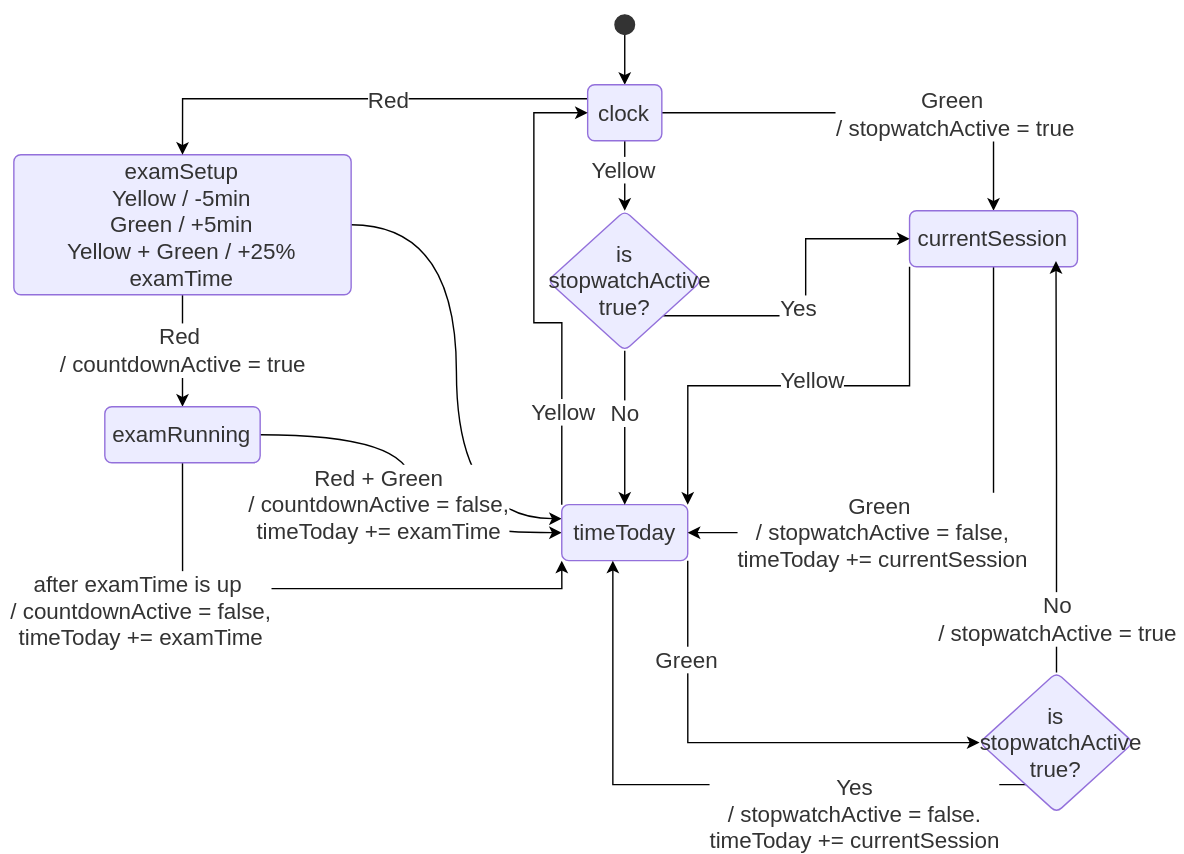
Earlier version of the draw.io export state-diagram.drawio.svg (jamrock-shuffle/traffic-light-desk-timer). Source tidied: cells renumbered, new cells last; positions are measured from the earlier drawing's top-left corner, leaving out a move shared by most shapes.
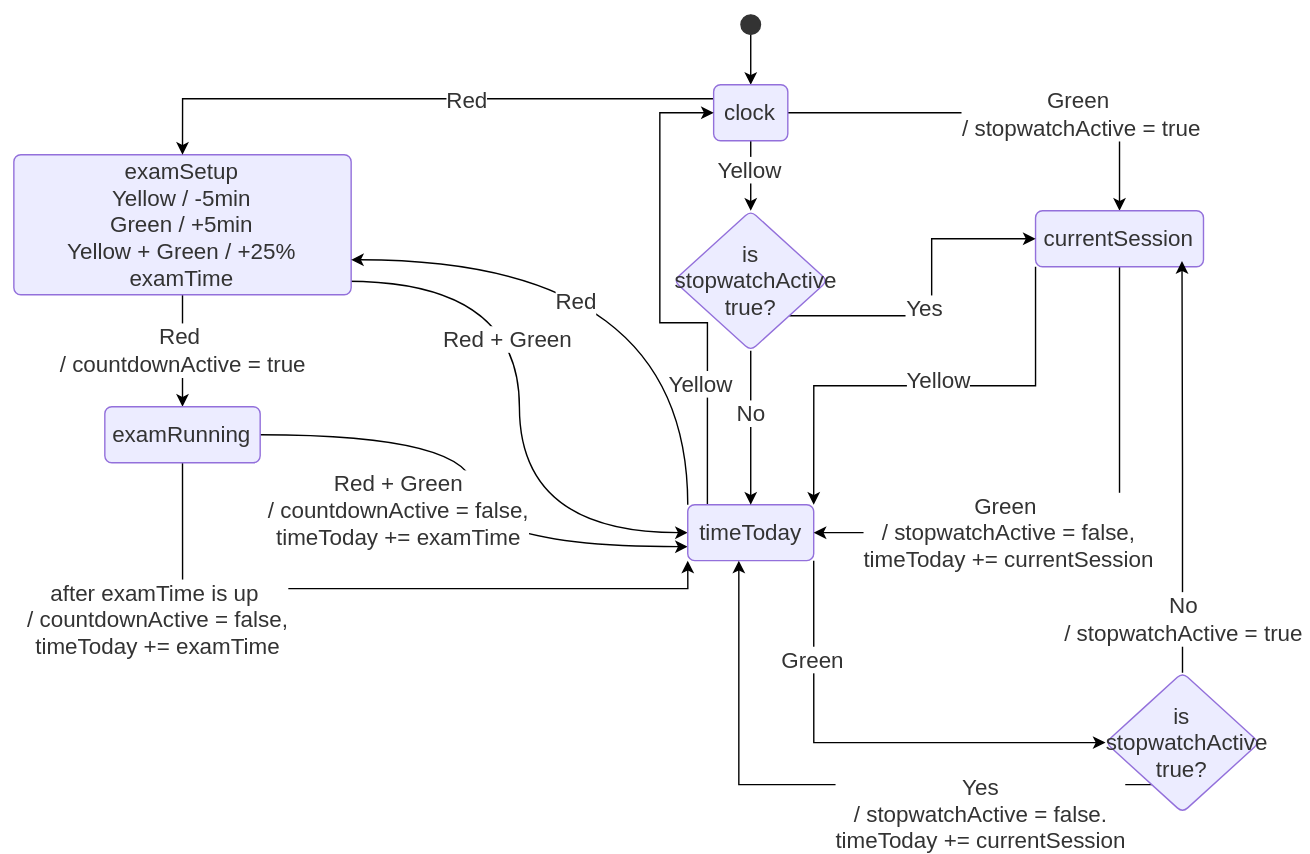
Later version of the same file.

Commit message:
Update state diagram to correct exam mode escaping and add ability to enter examSetup from timeToday

The edit, as a diff of the source:
```diff
@@ -13,11 +13,14 @@
         <mxPoint x="-1" y="-12" as="offset" />
       </mxGeometry>
     </mxCell>
-    <mxCell id="5" style="edgeStyle=orthogonalEdgeStyle;rounded=0;jettySize=auto;html=1;exitX=1;exitY=0.5;exitDx=0;exitDy=0;fontFamily=Trebuchet MS,Verdana,Arial,sans-serif;fontSize=16;fontColor=light-dark(#333333,#cccccc);curved=1;entryX=0;entryY=0.25;entryDx=0;entryDy=0;" parent="2" edge="1" source="6" target="24">
+    <mxCell id="5" style="edgeStyle=orthogonalEdgeStyle;rounded=0;jettySize=auto;html=1;exitX=0.987;exitY=0.904;exitDx=0;exitDy=0;fontFamily=Trebuchet MS,Verdana,Arial,sans-serif;fontSize=16;fontColor=light-dark(#333333,#cccccc);curved=1;entryX=0;entryY=0.5;entryDx=0;entryDy=0;exitPerimeter=0;" parent="2" edge="1" source="6" target="24">
       <mxGeometry relative="1" as="geometry" />
     </mxCell>
+    <mxCell id="41" value="&lt;div&gt;Red + Green&lt;/div&gt;" style="edgeLabel;html=1;align=center;verticalAlign=middle;fontFamily=Trebuchet MS,Verdana,Arial,sans-serif;fontSize=16;fontColor=light-dark(#333333,#cccccc);" parent="5" vertex="1">
+      <mxGeometry x="-0.22" y="-9" relative="1" as="geometry" />
+    </mxCell>
     <mxCell id="6" value="&lt;div&gt;examSetup&lt;/div&gt;&lt;div&gt;Yellow / -5min&lt;/div&gt;&lt;div&gt;Green / +5min&lt;/div&gt;&lt;div&gt;&lt;font&gt;Yellow + Green / +25% examTime&lt;/font&gt;&lt;/div&gt;" style="rounded=1;absoluteArcSize=1;arcSize=10;html=1;whiteSpace=wrap;strokeWidth=1;fillColor=light-dark(#ECECFF,#1f2020);strokeColor=light-dark(#9370DB,#cccccc);fontColor=light-dark(#333333,#cccccc);fontFamily=Trebuchet MS,Verdana,Arial,sans-serif;fontSize=16;" parent="2" vertex="1">
-      <mxGeometry x="-100" y="110" width="241" height="100" as="geometry" />
+      <mxGeometry x="-190" y="110" width="241" height="100" as="geometry" />
     </mxCell>
     <mxCell id="7" style="edgeStyle=orthogonalEdgeStyle;rounded=0;jettySize=auto;html=1;exitX=0.5;exitY=1;exitDx=0;exitDy=0;entryX=0.5;entryY=0;entryDx=0;entryDy=0;" parent="2" edge="1" source="8" target="15">
       <mxGeometry relative="1" as="geometry">
@@ -64,28 +67,34 @@
         <mxPoint x="-32" y="22" as="offset" />
       </mxGeometry>
     </mxCell>
-    <mxCell id="18" style="edgeStyle=orthogonalEdgeStyle;rounded=0;jettySize=auto;html=1;exitX=1;exitY=0.5;exitDx=0;exitDy=0;entryX=0;entryY=0.5;entryDx=0;entryDy=0;fontFamily=Trebuchet MS,Verdana,Arial,sans-serif;fontSize=16;fontColor=light-dark(#333333,#cccccc);curved=1;" parent="2" edge="1" source="20" target="24">
+    <mxCell id="18" style="edgeStyle=orthogonalEdgeStyle;rounded=0;jettySize=auto;html=1;exitX=1;exitY=0.5;exitDx=0;exitDy=0;entryX=0;entryY=0.75;entryDx=0;entryDy=0;fontFamily=Trebuchet MS,Verdana,Arial,sans-serif;fontSize=16;fontColor=light-dark(#333333,#cccccc);curved=1;" parent="2" edge="1" source="20" target="24">
       <mxGeometry relative="1" as="geometry" />
     </mxCell>
     <mxCell id="19" value="&lt;div&gt;Red + Green&lt;/div&gt;&lt;div&gt;/ countdownActive = false,&lt;/div&gt;&lt;div&gt;timeToday += examTime&lt;/div&gt;" style="edgeLabel;html=1;align=center;verticalAlign=middle;fontFamily=Trebuchet MS,Verdana,Arial,sans-serif;fontSize=16;fontColor=light-dark(#333333,#cccccc);" parent="18" vertex="1">
       <mxGeometry x="-0.21" relative="1" as="geometry">
-        <mxPoint x="-24" y="44" as="offset" />
+        <mxPoint x="-55" y="54" as="offset" />
       </mxGeometry>
     </mxCell>
     <mxCell id="20" value="examRunning" style="rounded=1;absoluteArcSize=1;arcSize=10;html=1;whiteSpace=wrap;strokeWidth=1;fillColor=light-dark(#ECECFF,#1f2020);strokeColor=light-dark(#9370DB,#cccccc);fontColor=light-dark(#333333,#cccccc);fontFamily=Trebuchet MS,Verdana,Arial,sans-serif;fontSize=16;" parent="2" vertex="1">
-      <mxGeometry x="-35" y="290" width="111" height="40" as="geometry" />
+      <mxGeometry x="-125" y="290" width="111" height="40" as="geometry" />
     </mxCell>
     <mxCell id="21" style="edgeStyle=orthogonalEdgeStyle;rounded=0;jettySize=auto;html=1;exitX=1;exitY=1;exitDx=0;exitDy=0;entryX=0;entryY=0.5;entryDx=0;entryDy=0;fontFamily=Trebuchet MS,Verdana,Arial,sans-serif;fontSize=16;fontColor=light-dark(#333333,#cccccc);curved=0;" parent="2" edge="1" source="24" target="38">
       <mxGeometry relative="1" as="geometry" />
     </mxCell>
-    <mxCell id="22" style="edgeStyle=orthogonalEdgeStyle;rounded=0;jettySize=auto;html=1;exitX=0;exitY=0;exitDx=0;exitDy=0;entryX=0;entryY=0.5;entryDx=0;entryDy=0;fontFamily=Trebuchet MS,Verdana,Arial,sans-serif;fontSize=16;fontColor=light-dark(#333333,#cccccc);curved=0;" parent="2" edge="1" source="24" target="15">
+    <mxCell id="22" style="edgeStyle=orthogonalEdgeStyle;rounded=0;jettySize=auto;html=1;exitX=0.156;exitY=-0.011;exitDx=0;exitDy=0;entryX=0;entryY=0.5;entryDx=0;entryDy=0;fontFamily=Trebuchet MS,Verdana,Arial,sans-serif;fontSize=16;fontColor=light-dark(#333333,#cccccc);curved=0;exitPerimeter=0;" parent="2" edge="1" source="24" target="15">
       <mxGeometry relative="1" as="geometry" />
     </mxCell>
     <mxCell id="23" value="Yellow" style="edgeLabel;html=1;align=center;verticalAlign=middle;fontFamily=Trebuchet MS,Verdana,Arial,sans-serif;fontSize=16;fontColor=light-dark(#333333,#cccccc);" parent="22" vertex="1">
       <mxGeometry x="0.42" y="1" relative="1" as="geometry">
-        <mxPoint x="21" y="153" as="offset" />
+        <mxPoint x="29" y="130" as="offset" />
       </mxGeometry>
     </mxCell>
+    <mxCell id="42" style="edgeStyle=orthogonalEdgeStyle;rounded=0;jettySize=auto;html=1;exitX=0;exitY=0;exitDx=0;exitDy=0;entryX=1;entryY=0.75;entryDx=0;entryDy=0;fontFamily=Trebuchet MS,Verdana,Arial,sans-serif;fontSize=16;fontColor=light-dark(#333333,#cccccc);curved=1;" parent="2" edge="1" source="24" target="6">
+      <mxGeometry relative="1" as="geometry" />
+    </mxCell>
+    <mxCell id="43" value="Red" style="edgeLabel;html=1;align=center;verticalAlign=middle;fontFamily=Trebuchet MS,Verdana,Arial,sans-serif;fontSize=16;fontColor=light-dark(#333333,#cccccc);" parent="42" vertex="1">
+      <mxGeometry x="0.23" y="29" relative="1" as="geometry" />
+    </mxCell>
     <mxCell id="24" value="timeToday" style="rounded=1;absoluteArcSize=1;arcSize=10;html=1;whiteSpace=wrap;strokeWidth=1;fillColor=light-dark(#ECECFF,#1f2020);strokeColor=light-dark(#9370DB,#cccccc);fontColor=light-dark(#333333,#cccccc);fontFamily=Trebuchet MS,Verdana,Arial,sans-serif;fontSize=16;" parent="2" vertex="1">
       <mxGeometry x="291.5" y="360" width="90" height="40" as="geometry" />
     </mxCell>
```
